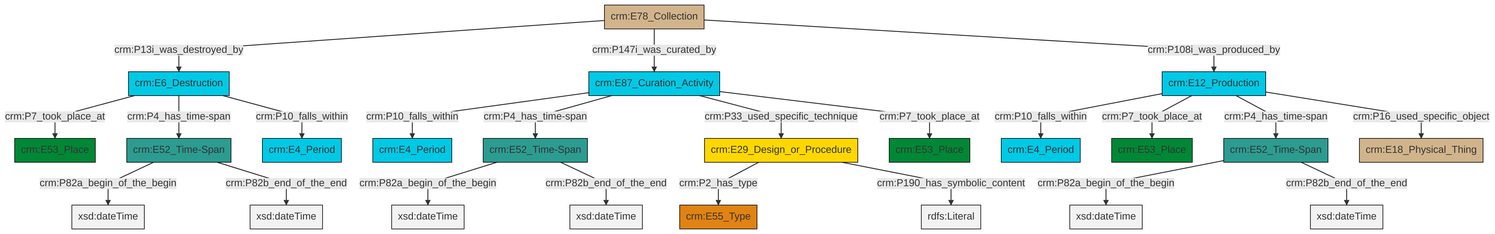
swiss-art-research-net/docs.swissartresearch keeps this Mermaid diagram as et/archivalCSV/ttl/mmd/png/archival_existence.png. Above is the earlier version. Its source is kept beside it as et/archivalCSV/ttl/mmd/archival_existence.ttl.mmd.
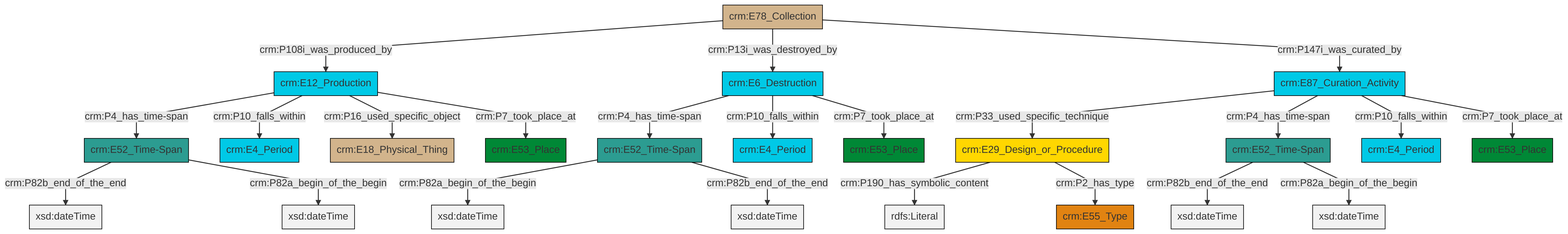
After the commit.

What changed in the source:
```diff
@@ -13,25 +13,25 @@
 classDef PC_Classes fill:#4ce600, stroke:#000000;
 classDef Multi fill:#cccccc,stroke:#000000;
 
-0["crm:E78_Collection"]:::Physical_Thing -->|crm:P13i_was_destroyed_by| 1["crm:E6_Destruction"]:::Temporal_Entity
-4["crm:E87_Curation_Activity"]:::Temporal_Entity -->|crm:P10_falls_within| 5["crm:E4_Period"]:::Temporal_Entity
-8["crm:E52_Time-Span"]:::Time-Span -->|crm:P82a_begin_of_the_begin| 9[xsd:dateTime]:::Literal
-10["crm:E12_Production"]:::Temporal_Entity -->|crm:P10_falls_within| 11["crm:E4_Period"]:::Temporal_Entity
-8["crm:E52_Time-Span"]:::Time-Span -->|crm:P82b_end_of_the_end| 12[xsd:dateTime]:::Literal
-10["crm:E12_Production"]:::Temporal_Entity -->|crm:P7_took_place_at| 13["crm:E53_Place"]:::Place
-4["crm:E87_Curation_Activity"]:::Temporal_Entity -->|crm:P4_has_time-span| 8["crm:E52_Time-Span"]:::Time-Span
-4["crm:E87_Curation_Activity"]:::Temporal_Entity -->|crm:P33_used_specific_technique| 18["crm:E29_Design_or_Procedure"]:::Conceptual_Object
-21["crm:E52_Time-Span"]:::Time-Span -->|crm:P82a_begin_of_the_begin| 22[xsd:dateTime]:::Literal
-21["crm:E52_Time-Span"]:::Time-Span -->|crm:P82b_end_of_the_end| 23[xsd:dateTime]:::Literal
-18["crm:E29_Design_or_Procedure"]:::Conceptual_Object -->|crm:P2_has_type| 14["crm:E55_Type"]:::Type
-1["crm:E6_Destruction"]:::Temporal_Entity -->|crm:P7_took_place_at| 2["crm:E53_Place"]:::Place
-1["crm:E6_Destruction"]:::Temporal_Entity -->|crm:P4_has_time-span| 26["crm:E52_Time-Span"]:::Time-Span
-1["crm:E6_Destruction"]:::Temporal_Entity -->|crm:P10_falls_within| 16["crm:E4_Period"]:::Temporal_Entity
-10["crm:E12_Production"]:::Temporal_Entity -->|crm:P4_has_time-span| 21["crm:E52_Time-Span"]:::Time-Span
-4["crm:E87_Curation_Activity"]:::Temporal_Entity -->|crm:P7_took_place_at| 24["crm:E53_Place"]:::Place
-10["crm:E12_Production"]:::Temporal_Entity -->|crm:P16_used_specific_object| 6["crm:E18_Physical_Thing"]:::Physical_Thing
-18["crm:E29_Design_or_Procedure"]:::Conceptual_Object -->|crm:P190_has_symbolic_content| 30[rdfs:Literal]:::Literal
-26["crm:E52_Time-Span"]:::Time-Span -->|crm:P82a_begin_of_the_begin| 35[xsd:dateTime]:::Literal
-0["crm:E78_Collection"]:::Physical_Thing -->|crm:P147i_was_curated_by| 4["crm:E87_Curation_Activity"]:::Temporal_Entity
-26["crm:E52_Time-Span"]:::Time-Span -->|crm:P82b_end_of_the_end| 36[xsd:dateTime]:::Literal
-0["crm:E78_Collection"]:::Physical_Thing -->|crm:P108i_was_produced_by| 10["crm:E12_Production"]:::Temporal_Entity
+2["crm:E78_Collection"]:::Physical_Thing -->|crm:P108i_was_produced_by| 3["crm:E12_Production"]:::Temporal_Entity
+6["crm:E29_Design_or_Procedure"]:::Conceptual_Object -->|crm:P190_has_symbolic_content| 7[rdfs:Literal]:::Literal
+3["crm:E12_Production"]:::Temporal_Entity -->|crm:P4_has_time-span| 10["crm:E52_Time-Span"]:::Time-Span
+8["crm:E6_Destruction"]:::Temporal_Entity -->|crm:P4_has_time-span| 11["crm:E52_Time-Span"]:::Time-Span
+8["crm:E6_Destruction"]:::Temporal_Entity -->|crm:P10_falls_within| 12["crm:E4_Period"]:::Temporal_Entity
+2["crm:E78_Collection"]:::Physical_Thing -->|crm:P13i_was_destroyed_by| 8["crm:E6_Destruction"]:::Temporal_Entity
+3["crm:E12_Production"]:::Temporal_Entity -->|crm:P10_falls_within| 4["crm:E4_Period"]:::Temporal_Entity
+16["crm:E87_Curation_Activity"]:::Temporal_Entity -->|crm:P33_used_specific_technique| 6["crm:E29_Design_or_Procedure"]:::Conceptual_Object
+3["crm:E12_Production"]:::Temporal_Entity -->|crm:P16_used_specific_object| 21["crm:E18_Physical_Thing"]:::Physical_Thing
+6["crm:E29_Design_or_Procedure"]:::Conceptual_Object -->|crm:P2_has_type| 17["crm:E55_Type"]:::Type
+16["crm:E87_Curation_Activity"]:::Temporal_Entity -->|crm:P4_has_time-span| 25["crm:E52_Time-Span"]:::Time-Span
+10["crm:E52_Time-Span"]:::Time-Span -->|crm:P82b_end_of_the_end| 26[xsd:dateTime]:::Literal
+8["crm:E6_Destruction"]:::Temporal_Entity -->|crm:P7_took_place_at| 27["crm:E53_Place"]:::Place
+16["crm:E87_Curation_Activity"]:::Temporal_Entity -->|crm:P10_falls_within| 22["crm:E4_Period"]:::Temporal_Entity
+3["crm:E12_Production"]:::Temporal_Entity -->|crm:P7_took_place_at| 0["crm:E53_Place"]:::Place
+25["crm:E52_Time-Span"]:::Time-Span -->|crm:P82b_end_of_the_end| 29[xsd:dateTime]:::Literal
+10["crm:E52_Time-Span"]:::Time-Span -->|crm:P82a_begin_of_the_begin| 30[xsd:dateTime]:::Literal
+16["crm:E87_Curation_Activity"]:::Temporal_Entity -->|crm:P7_took_place_at| 14["crm:E53_Place"]:::Place
+2["crm:E78_Collection"]:::Physical_Thing -->|crm:P147i_was_curated_by| 16["crm:E87_Curation_Activity"]:::Temporal_Entity
+25["crm:E52_Time-Span"]:::Time-Span -->|crm:P82a_begin_of_the_begin| 35[xsd:dateTime]:::Literal
+11["crm:E52_Time-Span"]:::Time-Span -->|crm:P82a_begin_of_the_begin| 37[xsd:dateTime]:::Literal
+11["crm:E52_Time-Span"]:::Time-Span -->|crm:P82b_end_of_the_end| 38[xsd:dateTime]:::Literal
```
